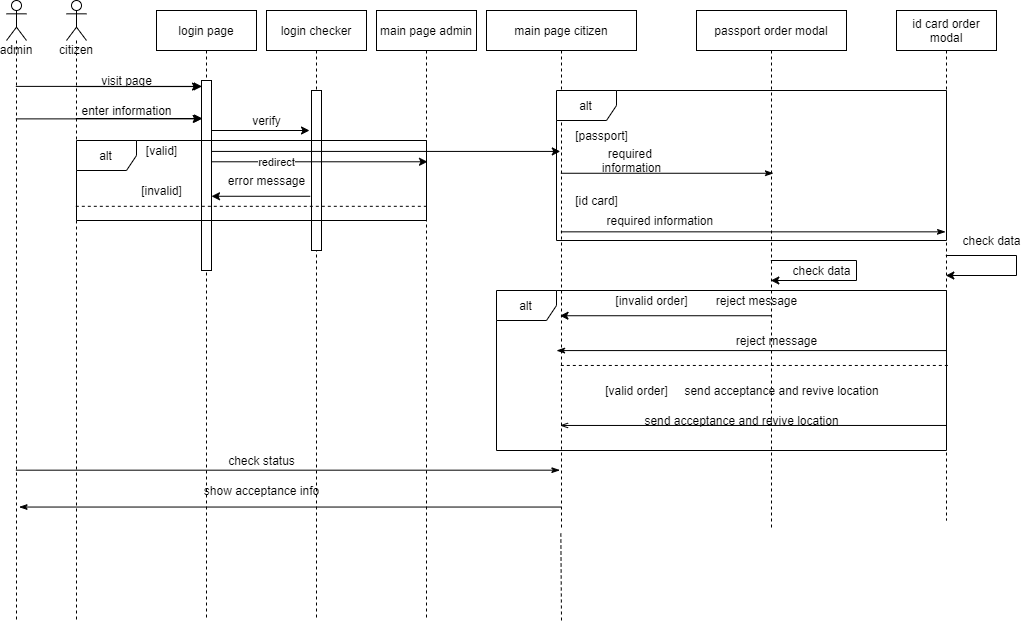
EngHack7/gantt-chart-google keeps this draw.io diagram as sequence.png. Above is the earlier version. Source tidied: cells renumbered, new cells last; positions are measured from the earlier drawing's top-left corner, leaving out a move shared by most shapes.
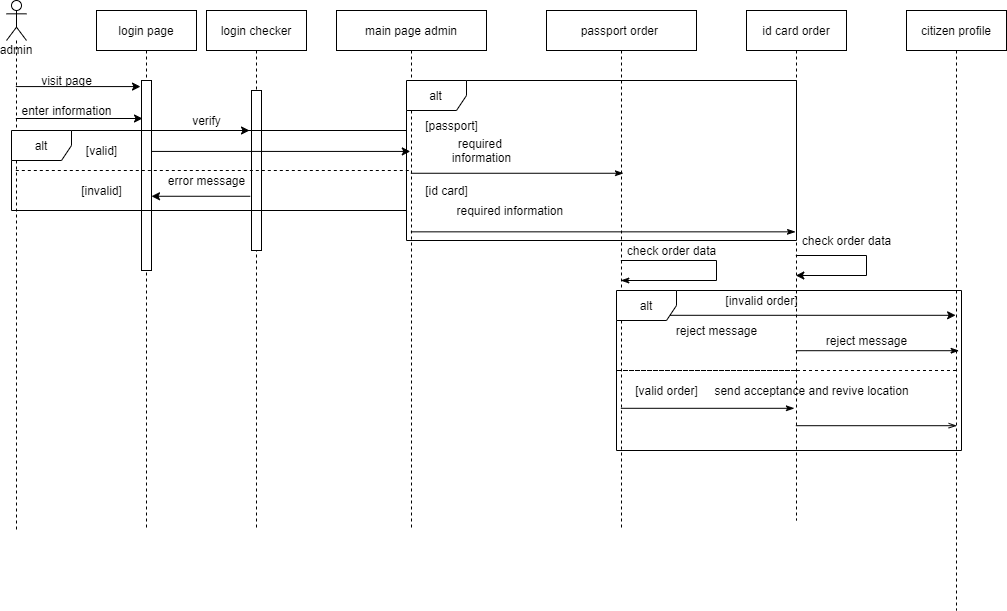
After the change.

Diff of the diagram source:
```diff
@@ -3,7 +3,7 @@
     <mxCell id="0" />
     <mxCell id="1" parent="0" />
     <mxCell id="2" value="login page" style="shape=umlLifeline;perimeter=lifelinePerimeter;rounded=0;shadow=0;strokeWidth=1;" parent="1" vertex="1">
-      <mxGeometry x="150" y="10" width="100" height="610" as="geometry" />
+      <mxGeometry x="150" y="10" width="100" height="520" as="geometry" />
     </mxCell>
     <mxCell id="3" style="points=[];perimeter=orthogonalPerimeter;rounded=0;shadow=0;strokeWidth=1;" parent="2" vertex="1">
       <mxGeometry x="45" y="70" width="10" height="190" as="geometry" />
@@ -12,7 +12,7 @@
       <mxGeometry relative="1" as="geometry" />
     </mxCell>
     <mxCell id="5" value="login checker" style="shape=umlLifeline;perimeter=lifelinePerimeter;rounded=0;shadow=0;strokeWidth=1;" parent="1" vertex="1">
-      <mxGeometry x="260" y="10" width="100" height="610" as="geometry" />
+      <mxGeometry x="260" y="10" width="100" height="520" as="geometry" />
     </mxCell>
     <mxCell id="6" style="points=[];perimeter=orthogonalPerimeter;rounded=0;shadow=0;strokeWidth=1;" parent="5" vertex="1">
       <mxGeometry x="45" y="80" width="10" height="160" as="geometry" />
@@ -23,11 +23,15 @@
     <mxCell id="8" style="edgeStyle=none;rounded=0;jettySize=auto;html=1;endArrow=classic;endFill=1;entryX=0.1;entryY=0.2;entryDx=0;entryDy=0;entryPerimeter=0;" parent="1" edge="1" source="10" target="3">
       <mxGeometry relative="1" as="geometry" />
     </mxCell>
-    <mxCell id="9" style="edgeStyle=none;rounded=0;jettySize=auto;html=1;entryX=0.51;entryY=0.321;entryDx=0;entryDy=0;entryPerimeter=0;endArrow=none;endFill=0;dashed=1;" parent="1" edge="1" source="10" target="16">
-      <mxGeometry relative="1" as="geometry" />
+    <mxCell id="9" style="edgeStyle=none;rounded=0;jettySize=auto;html=1;endArrow=none;endFill=0;dashed=1;" parent="1" edge="1" source="10" target="31">
+      <mxGeometry relative="1" as="geometry">
+        <Array as="points">
+          <mxPoint x="380" y="170" />
+        </Array>
+      </mxGeometry>
     </mxCell>
-    <mxCell id="10" value="citizen" style="shape=umlLifeline;participant=umlActor;perimeter=lifelinePerimeter;whiteSpace=wrap;html=1;verticalAlign=top;spacingTop=36;outlineConnect=0;" parent="1" vertex="1">
-      <mxGeometry x="60" width="20" height="620" as="geometry" />
+    <mxCell id="10" value="admin" style="shape=umlLifeline;participant=umlActor;perimeter=lifelinePerimeter;whiteSpace=wrap;html=1;verticalAlign=top;spacingTop=36;outlineConnect=0;" parent="1" vertex="1">
+      <mxGeometry x="60" width="20" height="530" as="geometry" />
     </mxCell>
     <mxCell id="11" value="visit page" style="text;html=1;align=center;verticalAlign=middle;strokeColor=none;" parent="1" vertex="1">
       <mxGeometry x="85" y="70" width="70" height="20" as="geometry" />
@@ -42,17 +46,8 @@
       <mxGeometry x="240" y="110" width="40" height="20" as="geometry" />
     </mxCell>
     <mxCell id="15" value="alt" style="shape=umlFrame;whiteSpace=wrap;html=1;" parent="1" vertex="1">
-      <mxGeometry x="70" y="140" width="350" height="80" as="geometry" />
+      <mxGeometry x="65" y="130" width="395" height="80" as="geometry" />
     </mxCell>
-    <mxCell id="16" value="main page admin" style="shape=umlLifeline;perimeter=lifelinePerimeter;whiteSpace=wrap;html=1;outlineConnect=0;" parent="1" vertex="1">
-      <mxGeometry x="370" y="10" width="100" height="610" as="geometry" />
-    </mxCell>
-    <mxCell id="17" style="edgeStyle=none;rounded=0;jettySize=auto;html=1;entryX=0.51;entryY=0.248;entryDx=0;entryDy=0;entryPerimeter=0;endArrow=classic;endFill=1;" parent="1" edge="1" source="3" target="16">
-      <mxGeometry relative="1" as="geometry" />
-    </mxCell>
-    <mxCell id="18" value="redirect" style="edgeLabel;html=1;align=center;verticalAlign=middle;" parent="17" vertex="1">
-      <mxGeometry x="-0.4" relative="1" as="geometry" />
-    </mxCell>
     <mxCell id="19" value="[valid]" style="text;html=1;align=center;verticalAlign=middle;strokeColor=none;" parent="1" vertex="1">
       <mxGeometry x="130" y="140" width="50" height="20" as="geometry" />
     </mxCell>
@@ -65,113 +60,97 @@
     <mxCell id="22" value="[invalid]" style="text;html=1;align=center;verticalAlign=middle;strokeColor=none;" parent="1" vertex="1">
       <mxGeometry x="125" y="180" width="60" height="20" as="geometry" />
     </mxCell>
-    <mxCell id="23" style="edgeStyle=none;rounded=0;jettySize=auto;html=1;entryX=0.05;entryY=0.031;entryDx=0;entryDy=0;entryPerimeter=0;endArrow=classic;endFill=1;" parent="1" edge="1" source="26" target="3">
-      <mxGeometry relative="1" as="geometry" />
-    </mxCell>
-    <mxCell id="24" style="edgeStyle=none;rounded=0;jettySize=auto;html=1;entryX=-0.033;entryY=0.202;entryDx=0;entryDy=0;entryPerimeter=0;endArrow=classic;endFill=1;" parent="1" edge="1" source="26" target="3">
-      <mxGeometry relative="1" as="geometry" />
-    </mxCell>
-    <mxCell id="25" style="edgeStyle=none;rounded=0;jettySize=auto;html=1;entryX=0.489;entryY=0.884;entryDx=0;entryDy=0;entryPerimeter=0;endArrow=classicThin;endFill=1;" parent="1" edge="1" source="26" target="31">
-      <mxGeometry relative="1" as="geometry" />
-    </mxCell>
-    <mxCell id="26" value="admin" style="shape=umlLifeline;participant=umlActor;perimeter=lifelinePerimeter;whiteSpace=wrap;html=1;verticalAlign=top;spacingTop=36;outlineConnect=0;" parent="1" vertex="1">
-      <mxGeometry width="20" height="620" as="geometry" />
-    </mxCell>
     <mxCell id="27" style="edgeStyle=none;rounded=0;jettySize=auto;html=1;entryX=0.513;entryY=0.313;entryDx=0;entryDy=0;entryPerimeter=0;endArrow=classicThin;endFill=1;" parent="1" edge="1" source="31" target="34">
       <mxGeometry relative="1" as="geometry" />
     </mxCell>
     <mxCell id="28" style="edgeStyle=none;rounded=0;jettySize=auto;html=1;entryX=0.49;entryY=0.434;entryDx=0;entryDy=0;entryPerimeter=0;endArrow=classicThin;endFill=1;" parent="1" edge="1" source="31" target="39">
       <mxGeometry relative="1" as="geometry" />
     </mxCell>
-    <mxCell id="29" style="edgeStyle=none;rounded=0;jettySize=auto;html=1;entryX=0.52;entryY=0.696;entryDx=0;entryDy=0;entryPerimeter=0;endArrow=none;endFill=0;dashed=1;" parent="1" edge="1" source="31" target="39">
-      <mxGeometry relative="1" as="geometry" />
+    <mxCell id="29" style="edgeStyle=none;rounded=0;jettySize=auto;html=1;endArrow=none;endFill=0;dashed=1;" parent="1" edge="1" source="58" target="39">
+      <mxGeometry relative="1" as="geometry">
+        <Array as="points">
+          <mxPoint x="670" y="370" />
+        </Array>
+      </mxGeometry>
     </mxCell>
-    <mxCell id="30" style="edgeStyle=none;rounded=0;jettySize=auto;html=1;entryX=0.629;entryY=0.817;entryDx=0;entryDy=0;entryPerimeter=0;endArrow=classicThin;endFill=1;" parent="1" edge="1" source="31" target="26">
-      <mxGeometry relative="1" as="geometry" />
-    </mxCell>
-    <mxCell id="31" value="main page citizen" style="shape=umlLifeline;perimeter=lifelinePerimeter;whiteSpace=wrap;html=1;outlineConnect=0;" parent="1" vertex="1">
-      <mxGeometry x="480" y="10" width="150" height="520" as="geometry" />
+    <mxCell id="31" value="main page admin" style="shape=umlLifeline;perimeter=lifelinePerimeter;whiteSpace=wrap;html=1;outlineConnect=0;" parent="1" vertex="1">
+      <mxGeometry x="390" y="10" width="150" height="520" as="geometry" />
     </mxCell>
     <mxCell id="32" style="edgeStyle=none;rounded=0;jettySize=auto;html=1;endArrow=classic;endFill=1;entryX=0.492;entryY=0.271;entryDx=0;entryDy=0;entryPerimeter=0;" parent="1" edge="1" source="3" target="31">
       <mxGeometry relative="1" as="geometry" />
     </mxCell>
-    <mxCell id="33" style="rounded=0;jettySize=auto;html=1;entryX=0.49;entryY=0.587;entryDx=0;entryDy=0;entryPerimeter=0;" parent="1" edge="1" source="34" target="31">
+    <mxCell id="33" style="rounded=0;jettySize=auto;html=1;entryX=0.491;entryY=0.508;entryDx=0;entryDy=0;entryPerimeter=0;" parent="1" edge="1" source="34" target="58">
       <mxGeometry relative="1" as="geometry" />
     </mxCell>
+    <mxCell id="57" style="edgeStyle=none;rounded=0;jettySize=auto;html=1;entryX=0.479;entryY=0.78;entryDx=0;entryDy=0;entryPerimeter=0;endArrow=classicThin;endFill=1;" parent="1" edge="1" source="34" target="39">
+      <mxGeometry relative="1" as="geometry" />
+    </mxCell>
-    <mxCell id="34" value="passport order modal" style="shape=umlLifeline;perimeter=lifelinePerimeter;whiteSpace=wrap;html=1;outlineConnect=0;" parent="1" vertex="1">
-      <mxGeometry x="690" y="10" width="150" height="520" as="geometry" />
+    <mxCell id="34" value="passport order&amp;nbsp;" style="shape=umlLifeline;perimeter=lifelinePerimeter;whiteSpace=wrap;html=1;outlineConnect=0;" parent="1" vertex="1">
+      <mxGeometry x="600" y="10" width="150" height="520" as="geometry" />
     </mxCell>
-    <mxCell id="35" value="send acceptance and revive location" style="text;html=1;align=center;verticalAlign=middle;strokeColor=none;" parent="34" vertex="1">
-      <mxGeometry x="-60" y="400" width="210" height="20" as="geometry" />
-    </mxCell>
     <mxCell id="36" value="required &lt;br&gt;information" style="text;html=1;align=center;verticalAlign=middle;strokeColor=none;" parent="1" vertex="1">
-      <mxGeometry x="590" y="145" width="70" height="30" as="geometry" />
+      <mxGeometry x="500" y="135" width="70" height="30" as="geometry" />
     </mxCell>
-    <mxCell id="37" style="edgeStyle=none;rounded=0;jettySize=auto;html=1;entryX=0.49;entryY=0.798;entryDx=0;entryDy=0;entryPerimeter=0;endArrow=openThin;endFill=0;" parent="1" edge="1" source="39" target="31">
+    <mxCell id="37" style="edgeStyle=none;rounded=0;jettySize=auto;html=1;entryX=0.502;entryY=0.692;entryDx=0;entryDy=0;entryPerimeter=0;endArrow=openThin;endFill=0;" parent="1" edge="1" source="39" target="58">
       <mxGeometry relative="1" as="geometry" />
     </mxCell>
-    <mxCell id="38" style="edgeStyle=none;rounded=0;jettySize=auto;html=1;entryX=0.467;entryY=0.654;entryDx=0;entryDy=0;entryPerimeter=0;endArrow=classicThin;endFill=1;" parent="1" edge="1" source="39" target="31">
+    <mxCell id="38" style="edgeStyle=none;rounded=0;jettySize=auto;html=1;entryX=0.526;entryY=0.567;entryDx=0;entryDy=0;entryPerimeter=0;endArrow=classicThin;endFill=1;" parent="1" edge="1" source="39" target="58">
       <mxGeometry relative="1" as="geometry" />
     </mxCell>
-    <mxCell id="39" value="id card order modal" style="shape=umlLifeline;perimeter=lifelinePerimeter;whiteSpace=wrap;html=1;outlineConnect=0;" parent="1" vertex="1">
-      <mxGeometry x="890" y="10" width="100" height="510" as="geometry" />
+    <mxCell id="39" value="id card order" style="shape=umlLifeline;perimeter=lifelinePerimeter;whiteSpace=wrap;html=1;outlineConnect=0;" parent="1" vertex="1">
+      <mxGeometry x="800" y="10" width="100" height="510" as="geometry" />
     </mxCell>
     <mxCell id="40" value="required information&amp;nbsp;" style="text;html=1;align=center;verticalAlign=middle;strokeColor=none;" parent="1" vertex="1">
-      <mxGeometry x="590" y="210" width="130" height="20" as="geometry" />
+      <mxGeometry x="500" y="200" width="130" height="20" as="geometry" />
     </mxCell>
     <mxCell id="41" value="[passport]" style="text;html=1;align=center;verticalAlign=middle;strokeColor=none;" parent="1" vertex="1">
-      <mxGeometry x="560" y="125" width="70" height="20" as="geometry" />
+      <mxGeometry x="470" y="115" width="70" height="20" as="geometry" />
     </mxCell>
     <mxCell id="42" value="[id card]" style="text;html=1;align=center;verticalAlign=middle;strokeColor=none;" parent="1" vertex="1">
-      <mxGeometry x="560" y="190" width="60" height="20" as="geometry" />
+      <mxGeometry x="470" y="180" width="60" height="20" as="geometry" />
     </mxCell>
-    <mxCell id="43" style="edgeStyle=orthogonalEdgeStyle;rounded=0;orthogonalLoop=1;jettySize=auto;html=1;" parent="1" edge="1" source="34" target="34">
+    <mxCell id="43" style="edgeStyle=orthogonalEdgeStyle;rounded=0;jettySize=auto;html=1;startArrow=none;" parent="1" edge="1" source="44" target="34">
       <mxGeometry relative="1" as="geometry">
         <Array as="points">
-          <mxPoint x="850" y="270" />
+          <mxPoint x="760" y="260" />
         </Array>
       </mxGeometry>
     </mxCell>
-    <mxCell id="44" value="check data" style="text;html=1;align=center;verticalAlign=middle;points=[];strokeColor=none;" parent="1" vertex="1">
-      <mxGeometry x="780" y="260" width="70" height="20" as="geometry" />
-    </mxCell>
     <mxCell id="45" style="edgeStyle=orthogonalEdgeStyle;rounded=0;orthogonalLoop=1;jettySize=auto;html=1;" parent="1" edge="1" source="39" target="39">
       <mxGeometry relative="1" as="geometry" />
     </mxCell>
-    <mxCell id="46" value="check data" style="text;html=1;align=center;verticalAlign=middle;strokeColor=none;" parent="1" vertex="1">
-      <mxGeometry x="950" y="230" width="70" height="20" as="geometry" />
+    <mxCell id="46" value="check order data" style="text;html=1;align=center;verticalAlign=middle;strokeColor=none;" parent="1" vertex="1">
+      <mxGeometry x="850" y="230" width="100" height="20" as="geometry" />
     </mxCell>
-    <mxCell id="47" value="reject message" style="text;html=1;align=center;verticalAlign=middle;strokeColor=none;" parent="1" vertex="1">
-      <mxGeometry x="700" y="290" width="100" height="20" as="geometry" />
-    </mxCell>
     <mxCell id="48" value="[valid order]" style="text;html=1;align=center;verticalAlign=middle;strokeColor=none;" parent="1" vertex="1">
-      <mxGeometry x="590" y="380" width="80" height="20" as="geometry" />
+      <mxGeometry x="680" y="380" width="80" height="20" as="geometry" />
     </mxCell>
     <mxCell id="49" value="reject message" style="text;html=1;align=center;verticalAlign=middle;strokeColor=none;" parent="1" vertex="1">
-      <mxGeometry x="720" y="330" width="100" height="20" as="geometry" />
+      <mxGeometry x="720" y="320" width="100" height="20" as="geometry" />
     </mxCell>
-    <mxCell id="50" value="send acceptance and revive location" style="text;html=1;align=center;verticalAlign=middle;strokeColor=none;" parent="1" vertex="1">
-      <mxGeometry x="670" y="380" width="210" height="20" as="geometry" />
-    </mxCell>
     <mxCell id="51" value="[invalid order]" style="text;html=1;align=center;verticalAlign=middle;strokeColor=none;" parent="1" vertex="1">
-      <mxGeometry x="600" y="290" width="90" height="20" as="geometry" />
+      <mxGeometry x="770" y="290" width="90" height="20" as="geometry" />
     </mxCell>
     <mxCell id="52" value="alt" style="shape=umlFrame;whiteSpace=wrap;html=1;" parent="1" vertex="1">
-      <mxGeometry x="490" y="290" width="450" height="160" as="geometry" />
+      <mxGeometry x="670" y="290" width="345" height="160" as="geometry" />
     </mxCell>
     <mxCell id="53" value="alt" style="shape=umlFrame;whiteSpace=wrap;html=1;" parent="1" vertex="1">
-      <mxGeometry x="550" y="90" width="390" height="150" as="geometry" />
+      <mxGeometry x="460" y="80" width="390" height="160" as="geometry" />
     </mxCell>
-    <mxCell id="54" value="check status" style="text;html=1;align=center;verticalAlign=middle;strokeColor=none;" parent="1" vertex="1">
-      <mxGeometry x="215" y="450" width="80" height="20" as="geometry" />
-    </mxCell>
-    <mxCell id="55" style="endArrow=none;dashed=1;html=1;" parent="1" edge="1" target="31">
-      <mxGeometry relative="1" as="geometry">
-        <mxPoint x="555" y="620" as="sourcePoint" />
-      </mxGeometry>
-    </mxCell>
-    <mxCell id="56" value="show acceptance info" style="text;html=1;align=center;verticalAlign=middle;strokeColor=none;" parent="1" vertex="1">
-      <mxGeometry x="190" y="480" width="130" height="20" as="geometry" />
-    </mxCell>
+    <mxCell id="58" value="citizen profile" style="shape=umlLifeline;perimeter=lifelinePerimeter;whiteSpace=wrap;html=1;outlineConnect=0;" parent="1" vertex="1">
+      <mxGeometry x="960" y="10" width="100" height="600" as="geometry" />
+    </mxCell>
+    <mxCell id="44" value="check order data" style="text;html=1;align=center;verticalAlign=middle;points=[];strokeColor=none;" parent="1" vertex="1">
+      <mxGeometry x="675" y="240" width="100" height="20" as="geometry" />
+    </mxCell>
+    <mxCell id="47" value="reject message" style="text;html=1;align=center;verticalAlign=middle;strokeColor=none;" parent="1" vertex="1">
+      <mxGeometry x="870" y="330" width="100" height="20" as="geometry" />
+    </mxCell>
+    <mxCell id="59" style="edgeStyle=none;rounded=0;orthogonalLoop=1;jettySize=auto;html=1;endArrow=classicThin;endFill=1;" parent="1" edge="1" source="34" target="34">
+      <mxGeometry relative="1" as="geometry" />
+    </mxCell>
+    <mxCell id="35" value="send acceptance and revive location" style="text;html=1;align=center;verticalAlign=middle;strokeColor=none;" parent="1" vertex="1">
+      <mxGeometry x="760" y="380" width="210" height="20" as="geometry" />
+    </mxCell>
   </root>
 </mxGraphModel>
```
